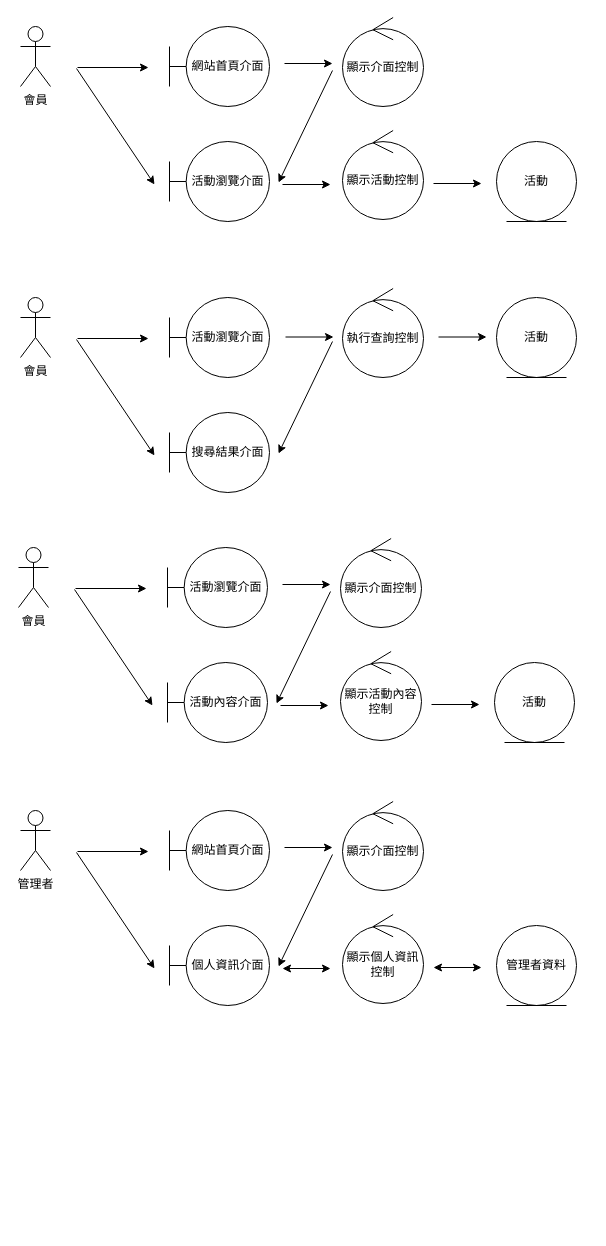
This is page "第 2 页" (2 of 2) of .drawio from liangyinglly/liangyinglly, a draw.io file, before an edit. Source tidied: cells renumbered, new cells numbered last; positions are measured from the earlier drawing's top-left corner, leaving out a move shared by most shapes. Both pictures are drawn from the tidied source at 100%, with x=0, y=0 at pixel (18, 17).
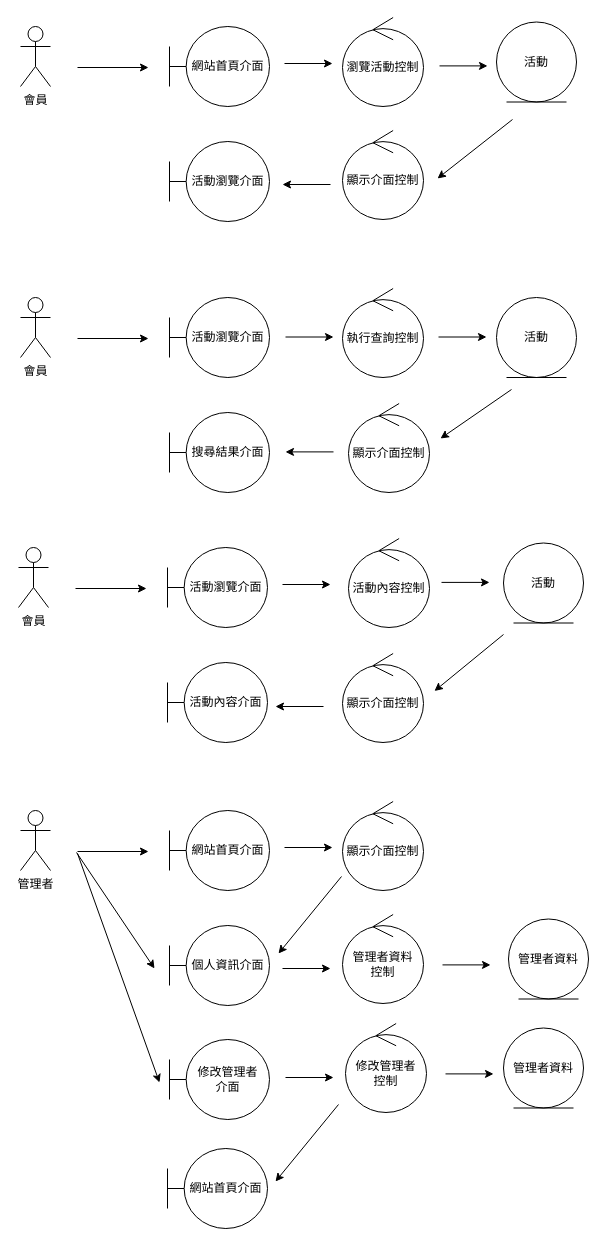
The same diagram, later.

Change to the diagram source:
```diff
@@
-    <mxCell id="5" value="顯示介面控制" style="ellipse;shape=umlControl;whiteSpace=wrap;html=1;" parent="1" vertex="1">
+    <mxCell id="5" value="瀏覽活動控制" style="ellipse;shape=umlControl;whiteSpace=wrap;html=1;" parent="1" vertex="1">
       <mxGeometry x="324" width="81" height="89" as="geometry" />
     </mxCell>
     <mxCell id="6" value="活動" style="ellipse;shape=umlEntity;whiteSpace=wrap;html=1;" parent="1" vertex="1">
-      <mxGeometry x="478" y="124" width="80" height="80" as="geometry" />
+      <mxGeometry x="478" y="4.5" width="80" height="80" as="geometry" />
     </mxCell>
@@
-    <mxCell id="8" style="endArrow=classic;html=1;rounded=0;" parent="1" edge="1">
-      <mxGeometry relative="1" as="geometry">
-        <mxPoint x="58" y="51" as="sourcePoint" />
-        <mxPoint x="136" y="167" as="targetPoint" />
-      </mxGeometry>
-    </mxCell>
@@
     <mxCell id="10" style="endArrow=classic;html=1;rounded=0;" parent="1" edge="1">
       <mxGeometry relative="1" as="geometry">
-        <mxPoint x="314" y="53" as="sourcePoint" />
-        <mxPoint x="260" y="165" as="targetPoint" />
+        <mxPoint x="494" y="102" as="sourcePoint" />
+        <mxPoint x="419" y="161" as="targetPoint" />
       </mxGeometry>
     </mxCell>
-    <mxCell id="11" value="顯示活動控制" style="ellipse;shape=umlControl;whiteSpace=wrap;html=1;" parent="1" vertex="1">
+    <mxCell id="11" value="顯示介面控制" style="ellipse;shape=umlControl;whiteSpace=wrap;html=1;" parent="1" vertex="1">
       <mxGeometry x="324" y="113" width="81" height="89" as="geometry" />
     </mxCell>
     <mxCell id="12" style="endArrow=classic;html=1;rounded=0;" parent="1" edge="1">
       <mxGeometry relative="1" as="geometry">
-        <mxPoint x="264" y="167" as="sourcePoint" />
-        <mxPoint x="312" y="167" as="targetPoint" />
+        <mxPoint x="312" y="167" as="sourcePoint" />
+        <mxPoint x="264" y="167" as="targetPoint" />
       </mxGeometry>
     </mxCell>
     <mxCell id="13" style="endArrow=classic;html=1;rounded=0;" parent="1" edge="1">
       <mxGeometry relative="1" as="geometry">
-        <mxPoint x="415" y="166" as="sourcePoint" />
-        <mxPoint x="463" y="166" as="targetPoint" />
+        <mxPoint x="421" y="48.4" as="sourcePoint" />
+        <mxPoint x="469" y="48.4" as="targetPoint" />
       </mxGeometry>
     </mxCell>
@@
-    <mxCell id="20" style="endArrow=classic;html=1;rounded=0;" parent="1" edge="1">
-      <mxGeometry relative="1" as="geometry">
-        <mxPoint x="58" y="322" as="sourcePoint" />
-        <mxPoint x="136" y="438" as="targetPoint" />
-      </mxGeometry>
-    </mxCell>
@@
     <mxCell id="22" style="endArrow=classic;html=1;rounded=0;" parent="1" edge="1">
       <mxGeometry relative="1" as="geometry">
-        <mxPoint x="314" y="324" as="sourcePoint" />
-        <mxPoint x="260" y="436" as="targetPoint" />
+        <mxPoint x="493" y="372" as="sourcePoint" />
+        <mxPoint x="422" y="421" as="targetPoint" />
       </mxGeometry>
     </mxCell>
@@
     <mxCell id="27" value="顯示介面控制" style="ellipse;shape=umlControl;whiteSpace=wrap;html=1;" parent="1" vertex="1">
-      <mxGeometry x="322" y="521" width="81" height="89" as="geometry" />
+      <mxGeometry x="324" y="636" width="81" height="89" as="geometry" />
     </mxCell>
     <mxCell id="28" value="活動" style="ellipse;shape=umlEntity;whiteSpace=wrap;html=1;" parent="1" vertex="1">
-      <mxGeometry x="476" y="645" width="80" height="80" as="geometry" />
+      <mxGeometry x="485" y="525.5" width="80" height="80" as="geometry" />
     </mxCell>
@@
-    <mxCell id="30" style="endArrow=classic;html=1;rounded=0;" parent="1" edge="1">
-      <mxGeometry relative="1" as="geometry">
-        <mxPoint x="56" y="572" as="sourcePoint" />
-        <mxPoint x="134" y="688" as="targetPoint" />
-      </mxGeometry>
-    </mxCell>
@@
     <mxCell id="32" style="endArrow=classic;html=1;rounded=0;" parent="1" edge="1">
       <mxGeometry relative="1" as="geometry">
-        <mxPoint x="312" y="574" as="sourcePoint" />
-        <mxPoint x="258" y="686" as="targetPoint" />
+        <mxPoint x="485" y="617" as="sourcePoint" />
+        <mxPoint x="416" y="673.5" as="targetPoint" />
       </mxGeometry>
     </mxCell>
-    <mxCell id="33" value="顯示活動內容控制" style="ellipse;shape=umlControl;whiteSpace=wrap;html=1;" parent="1" vertex="1">
-      <mxGeometry x="322" y="634" width="81" height="89" as="geometry" />
+    <mxCell id="33" value="活動內容控制" style="ellipse;shape=umlControl;whiteSpace=wrap;html=1;" parent="1" vertex="1">
+      <mxGeometry x="330" y="521" width="81" height="89" as="geometry" />
     </mxCell>
     <mxCell id="34" style="endArrow=classic;html=1;rounded=0;" parent="1" edge="1">
       <mxGeometry relative="1" as="geometry">
-        <mxPoint x="262" y="688" as="sourcePoint" />
-        <mxPoint x="310" y="688" as="targetPoint" />
+        <mxPoint x="305" y="689" as="sourcePoint" />
+        <mxPoint x="257" y="689" as="targetPoint" />
       </mxGeometry>
     </mxCell>
     <mxCell id="35" style="endArrow=classic;html=1;rounded=0;" parent="1" edge="1">
       <mxGeometry relative="1" as="geometry">
-        <mxPoint x="413" y="687" as="sourcePoint" />
-        <mxPoint x="461" y="687" as="targetPoint" />
+        <mxPoint x="423" y="564.9" as="sourcePoint" />
+        <mxPoint x="471" y="564.9" as="targetPoint" />
       </mxGeometry>
     </mxCell>
@@
     <mxCell id="40" value="管理者資料" style="ellipse;shape=umlEntity;whiteSpace=wrap;html=1;" parent="1" vertex="1">
-      <mxGeometry x="478" y="908" width="80" height="80" as="geometry" />
+      <mxGeometry x="490" y="901.5" width="80" height="80" as="geometry" />
     </mxCell>
@@
     <mxCell id="44" style="endArrow=classic;html=1;rounded=0;" parent="1" edge="1">
       <mxGeometry relative="1" as="geometry">
-        <mxPoint x="314" y="837" as="sourcePoint" />
-        <mxPoint x="260" y="949" as="targetPoint" />
+        <mxPoint x="323" y="859" as="sourcePoint" />
+        <mxPoint x="260" y="936" as="targetPoint" />
       </mxGeometry>
     </mxCell>
-    <mxCell id="45" value="顯示個人資訊控制" style="ellipse;shape=umlControl;whiteSpace=wrap;html=1;" parent="1" vertex="1">
+    <mxCell id="45" value="管理者資料&lt;br&gt;控制" style="ellipse;shape=umlControl;whiteSpace=wrap;html=1;" parent="1" vertex="1">
       <mxGeometry x="324" y="897" width="81" height="89" as="geometry" />
     </mxCell>
-    <mxCell id="46" style="endArrow=classic;html=1;rounded=0;startArrow=classic;startFill=1;" parent="1" edge="1">
+    <mxCell id="46" style="endArrow=classic;html=1;rounded=0;startArrow=none;startFill=0;" parent="1" edge="1">
       <mxGeometry relative="1" as="geometry">
         <mxPoint x="264" y="951" as="sourcePoint" />
         <mxPoint x="312" y="951" as="targetPoint" />
       </mxGeometry>
     </mxCell>
-    <mxCell id="47" style="endArrow=classic;html=1;rounded=0;startArrow=classic;startFill=1;" parent="1" edge="1">
-      <mxGeometry relative="1" as="geometry">
-        <mxPoint x="415" y="950" as="sourcePoint" />
-        <mxPoint x="463" y="950" as="targetPoint" />
-      </mxGeometry>
-    </mxCell>
+    <mxCell id="48" value="顯示介面控制" style="ellipse;shape=umlControl;whiteSpace=wrap;html=1;" parent="1" vertex="1">
+      <mxGeometry x="330" y="386" width="81" height="89" as="geometry" />
+    </mxCell>
+    <mxCell id="49" style="endArrow=classic;html=1;rounded=0;" parent="1" edge="1">
+      <mxGeometry relative="1" as="geometry">
+        <mxPoint x="315" y="434.4" as="sourcePoint" />
+        <mxPoint x="267" y="434.4" as="targetPoint" />
+      </mxGeometry>
+    </mxCell>
+    <mxCell id="50" style="endArrow=classic;html=1;rounded=0;startArrow=none;startFill=0;" parent="1" edge="1">
+      <mxGeometry relative="1" as="geometry">
+        <mxPoint x="424" y="947.4" as="sourcePoint" />
+        <mxPoint x="472" y="947.4" as="targetPoint" />
+      </mxGeometry>
+    </mxCell>
+    <mxCell id="51" value="修改管理者&lt;br&gt;介面" style="shape=umlBoundary;whiteSpace=wrap;html=1;" parent="1" vertex="1">
+      <mxGeometry x="151" y="1022" width="100" height="80" as="geometry" />
+    </mxCell>
+    <mxCell id="52" value="管理者資料" style="ellipse;shape=umlEntity;whiteSpace=wrap;html=1;" parent="1" vertex="1">
+      <mxGeometry x="485" y="1010.5" width="80" height="80" as="geometry" />
+    </mxCell>
+    <mxCell id="53" value="修改管理者&lt;br&gt;控制" style="ellipse;shape=umlControl;whiteSpace=wrap;html=1;" parent="1" vertex="1">
+      <mxGeometry x="327" y="1006" width="81" height="89" as="geometry" />
+    </mxCell>
+    <mxCell id="54" style="endArrow=classic;html=1;rounded=0;startArrow=none;startFill=0;" parent="1" edge="1">
+      <mxGeometry relative="1" as="geometry">
+        <mxPoint x="267" y="1060" as="sourcePoint" />
+        <mxPoint x="315" y="1060" as="targetPoint" />
+      </mxGeometry>
+    </mxCell>
+    <mxCell id="55" style="endArrow=classic;html=1;rounded=0;startArrow=none;startFill=0;" parent="1" edge="1">
+      <mxGeometry relative="1" as="geometry">
+        <mxPoint x="427" y="1056.4" as="sourcePoint" />
+        <mxPoint x="475" y="1056.4" as="targetPoint" />
+      </mxGeometry>
+    </mxCell>
+    <mxCell id="56" style="endArrow=classic;html=1;rounded=0;" parent="1" edge="1">
+      <mxGeometry relative="1" as="geometry">
+        <mxPoint x="320" y="1087" as="sourcePoint" />
+        <mxPoint x="257" y="1164" as="targetPoint" />
+      </mxGeometry>
+    </mxCell>
+    <mxCell id="57" value="網站首頁介面" style="shape=umlBoundary;whiteSpace=wrap;html=1;" parent="1" vertex="1">
+      <mxGeometry x="149" y="1131" width="100" height="80" as="geometry" />
+    </mxCell>
+    <mxCell id="58" style="endArrow=classic;html=1;rounded=0;" parent="1" edge="1">
+      <mxGeometry relative="1" as="geometry">
+        <mxPoint x="59" y="836" as="sourcePoint" />
+        <mxPoint x="141" y="1065" as="targetPoint" />
+      </mxGeometry>
+    </mxCell>
```
